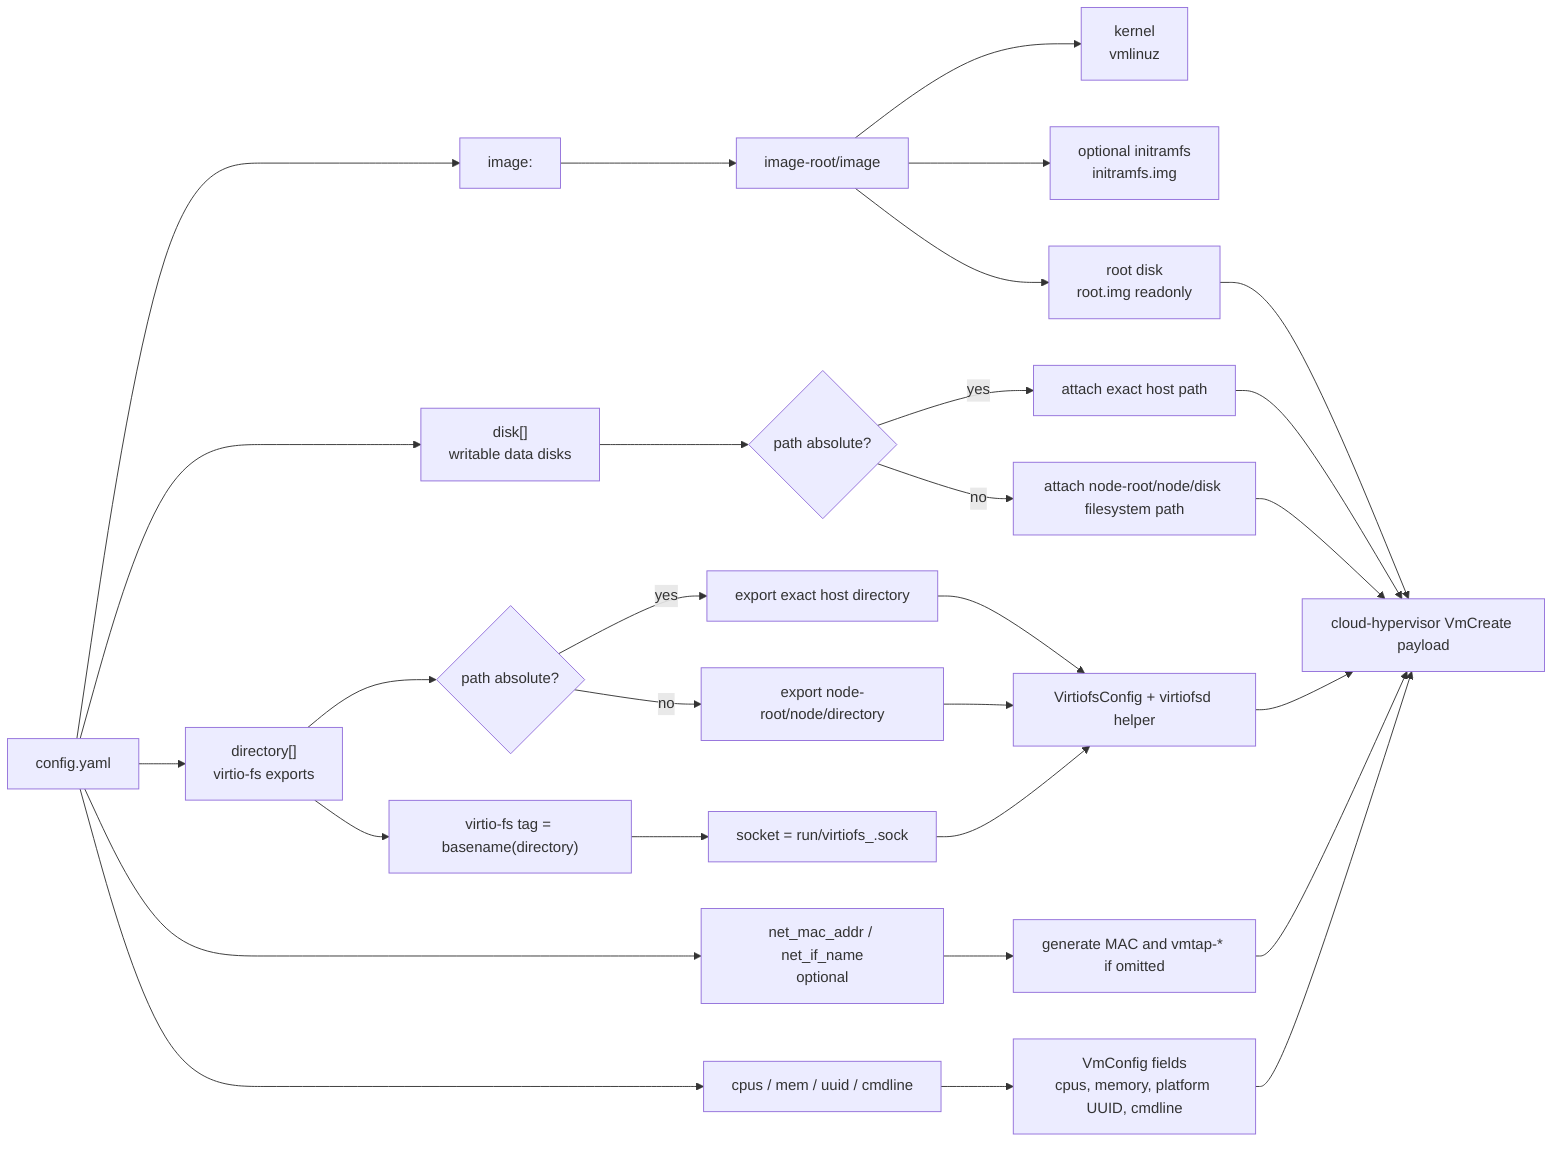
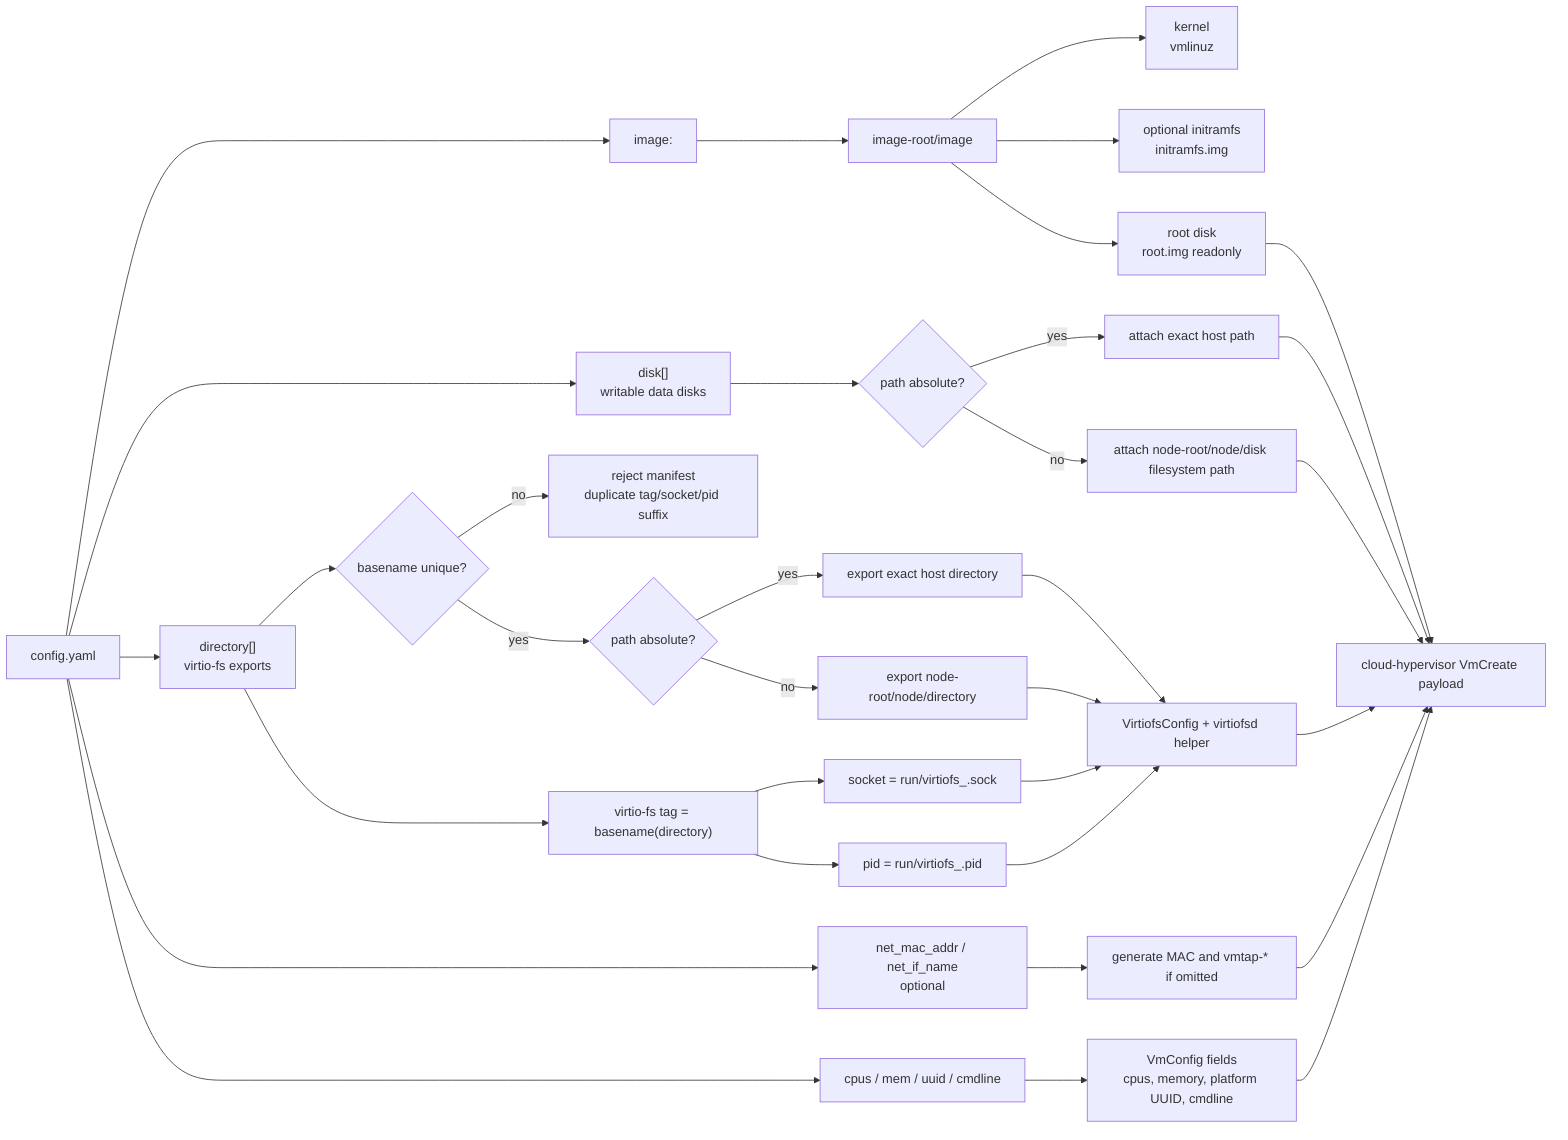
flowchart LR
    manifest["config.yaml"] --> image["image: <name>"]
    manifest --> disk["disk[]\nwritable data disks"]
    manifest --> directory["directory[]\nvirtio-fs exports"]
    manifest --> net["net_mac_addr / net_if_name\noptional"]
    manifest --> cpuMem["cpus / mem / uuid / cmdline"]

    image --> imageBase["image-root/image"]
    imageBase --> kernel["kernel\nvmlinuz"]
    imageBase --> initrd["optional initramfs\ninitramfs.img"]
    imageBase --> root["root disk\nroot.img readonly"]

    disk --> diskRule{"path absolute?"}
    diskRule -- yes --> diskAbs["attach exact host path"]
    diskRule -- no --> diskNode["attach node-root/node/disk filesystem path"]

-     directory --> dirRule{"path absolute?"}
+     directory --> baseRule{"basename unique?"}
+     baseRule -- no --> reject["reject manifest\nduplicate tag/socket/pid suffix"]
+     baseRule -- yes --> dirRule{"path absolute?"}
    dirRule -- yes --> dirAbs["export exact host directory"]
    dirRule -- no --> dirNode["export node-root/node/directory"]
    directory --> tag["virtio-fs tag = basename(directory)"]
    tag --> socket["socket = run/virtiofs_<tag>.sock"]
+     tag --> pidfile["pid = run/virtiofs_<tag>.pid"]

    net --> defaultNet["generate MAC and vmtap-* if omitted"]
    cpuMem --> vmPayload["VmConfig fields\ncpus, memory, platform UUID, cmdline"]

    root --> vm["cloud-hypervisor VmCreate payload"]
    diskAbs --> vm
    diskNode --> vm
    dirAbs --> vfs["VirtiofsConfig + virtiofsd helper"]
    dirNode --> vfs
    socket --> vfs
+     pidfile --> vfs
    vfs --> vm
    defaultNet --> vm
    vmPayload --> vm
